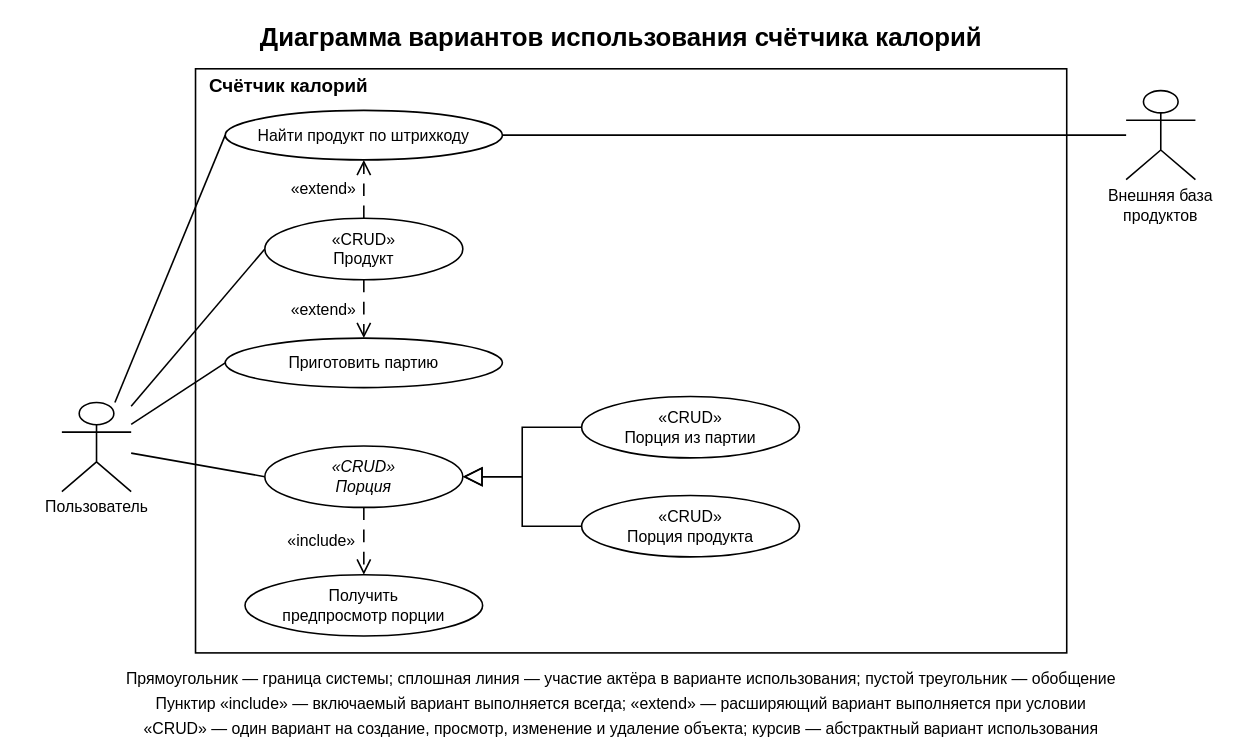
Above: page "3.3 Варианты использования счётчика калорий" (11 of 11) of Лабораторная 3/Счётчик калорий.drawio in Vvvv4a40/OOAP (draw.io), before the change. Source tidied: cells renumbered, new cells numbered last; positions are measured from the earlier drawing's top-left corner, leaving out a move shared by most shapes. Both pictures are drawn from the tidied source at 99%, with x=0, y=0 at pixel (17, 17).
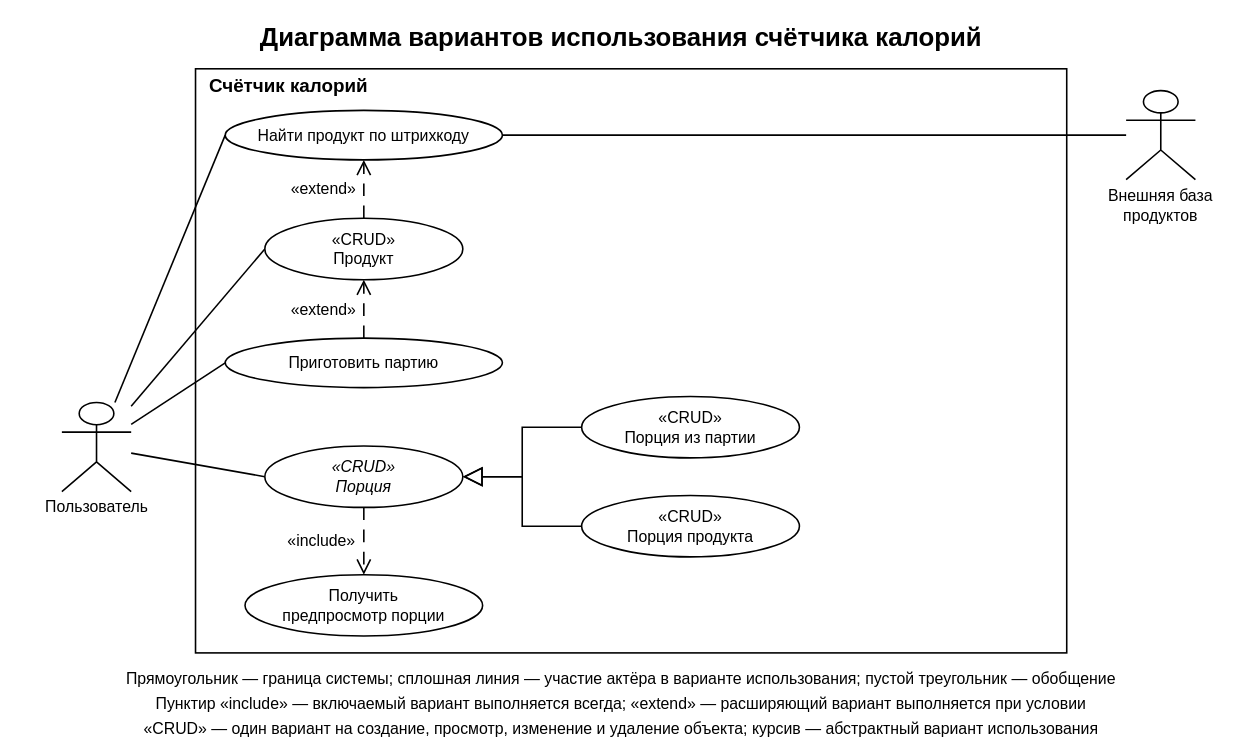
The same diagram, later.

Unchanged cells that the change refers to:
```xml
<mxCell id="14" value="«CRUD»&#10;Продукт" style="ellipse;html=0;whiteSpace=wrap;strokeColor=#000000;strokeWidth=1.6;fontColor=#000000;fontFamily=Arial;fillColor=#ffffff;fontSize=16;fontStyle=0;align=center;verticalAlign=middle;spacing=0;" parent="1" vertex="1">
  <mxGeometry x="250" y="203" width="200" height="62" as="geometry" />
</mxCell>
<mxCell id="15" value="Приготовить партию" style="ellipse;html=0;whiteSpace=wrap;strokeColor=#000000;strokeWidth=1.6;fontColor=#000000;fontFamily=Arial;fillColor=#ffffff;fontSize=16;fontStyle=0;align=center;verticalAlign=middle;spacing=0;" parent="1" vertex="1">
  <mxGeometry x="210" y="324" width="280" height="50" as="geometry" />
</mxCell>
```

What changed in the source:
```diff
@@
-    <mxCell id="8" style="edgeStyle=none;html=0;rounded=0;strokeColor=#000000;strokeWidth=1.6;fontFamily=Arial;dashed=1;dashPattern=8 6;endArrow=open;endFill=0;endSize=12;" parent="1" edge="1" source="14" target="15">
-      <mxGeometry relative="1" as="geometry" />
-    </mxCell>
+    <mxCell id="32" style="edgeStyle=none;html=0;rounded=0;strokeColor=#000000;strokeWidth=1.6;fontFamily=Arial;dashed=1;dashPattern=8 6;endArrow=open;endFill=0;endSize=12;" parent="1" edge="1" source="15" target="14">
+      <mxGeometry relative="1" as="geometry" />
+    </mxCell>
```
